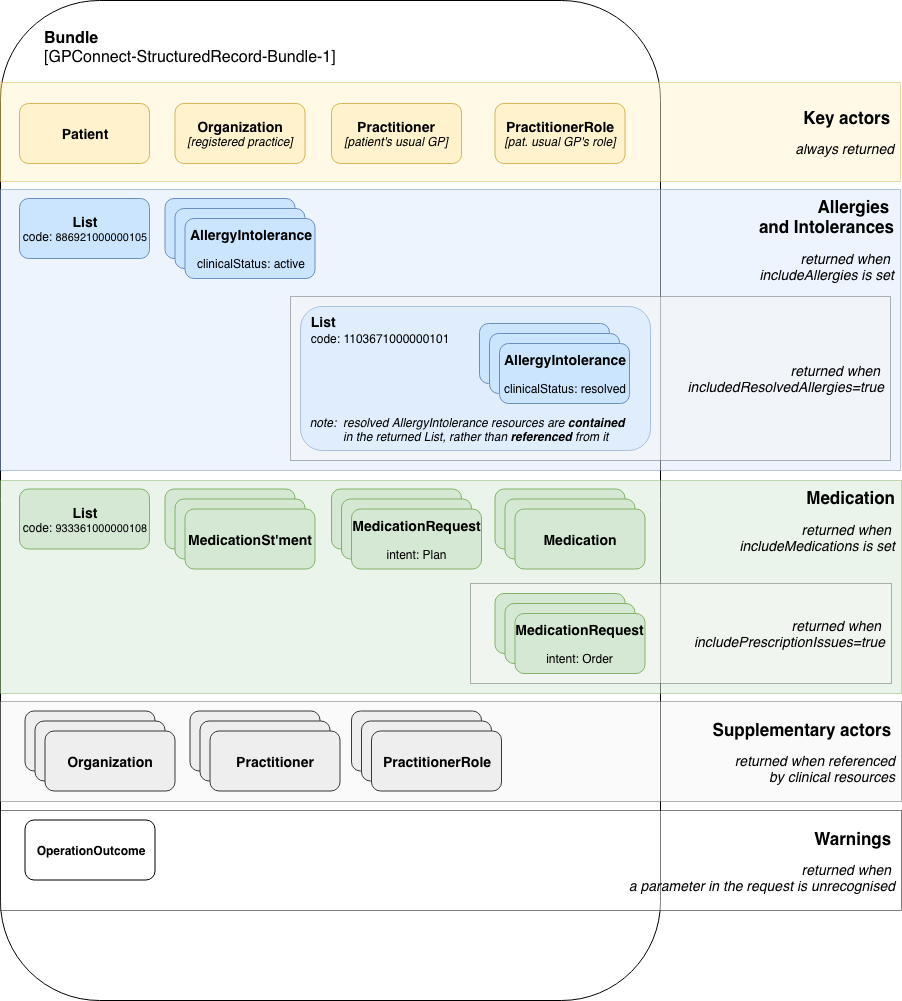
The draw.io diagram images/access_structured/structured-bundle-response.png in nhsconnect/gpconnect, before a commit. Source tidied: cells renumbered, new cells last; positions are measured from the earlier drawing's top-left corner, leaving out a move shared by most shapes.
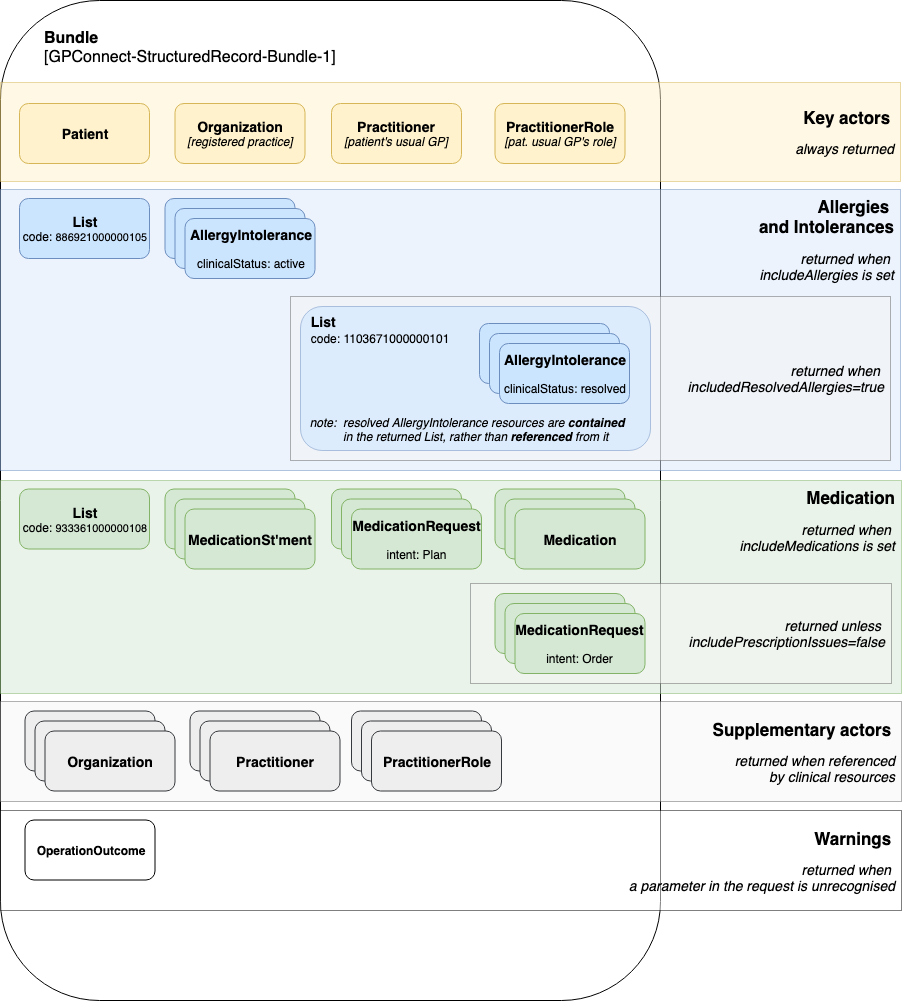
The same diagram one commit later.

Change to the diagram source:
```diff
@@ -77,7 +77,7 @@
     <mxCell id="26" value="&lt;font style=&quot;font-size: 14px&quot;&gt;Medication&lt;/font&gt;" style="rounded=1;whiteSpace=wrap;html=1;glass=0;align=center;fontStyle=1;fillColor=#d5e8d4;strokeColor=#82b366;" parent="23" vertex="1">
       <mxGeometry x="20" y="20" width="130" height="60" as="geometry" />
     </mxCell>
-    <mxCell id="27" value="&lt;div style=&quot;text-align: right&quot;&gt;&lt;/div&gt;&lt;div style=&quot;text-align: right ; font-size: 14px&quot;&gt;&lt;div&gt;&lt;i&gt;returned when&amp;nbsp;&lt;/i&gt;&lt;/div&gt;&lt;div&gt;&lt;i&gt;includePrescriptionIssues=true&lt;/i&gt;&lt;/div&gt;&lt;/div&gt;" style="rounded=0;whiteSpace=wrap;html=1;glass=0;align=right;fillColor=#f5f5f5;strokeColor=#666666;opacity=50;spacingRight=4;shadow=0;comic=0;" parent="1" vertex="1">
+    <mxCell id="27" value="&lt;div style=&quot;text-align: right&quot;&gt;&lt;/div&gt;&lt;div style=&quot;text-align: right ; font-size: 14px&quot;&gt;&lt;div&gt;&lt;i&gt;returned unless&amp;nbsp;&lt;/i&gt;&lt;/div&gt;&lt;div&gt;&lt;i&gt;includePrescriptionIssues=false&lt;/i&gt;&lt;/div&gt;&lt;/div&gt;" style="rounded=0;whiteSpace=wrap;html=1;glass=0;align=right;fillColor=#f5f5f5;strokeColor=#666666;opacity=50;spacingRight=4;shadow=0;comic=0;" parent="1" vertex="1">
       <mxGeometry x="470" y="583" width="421" height="100" as="geometry" />
     </mxCell>
     <mxCell id="28" style="group;" parent="1" vertex="1">
```
